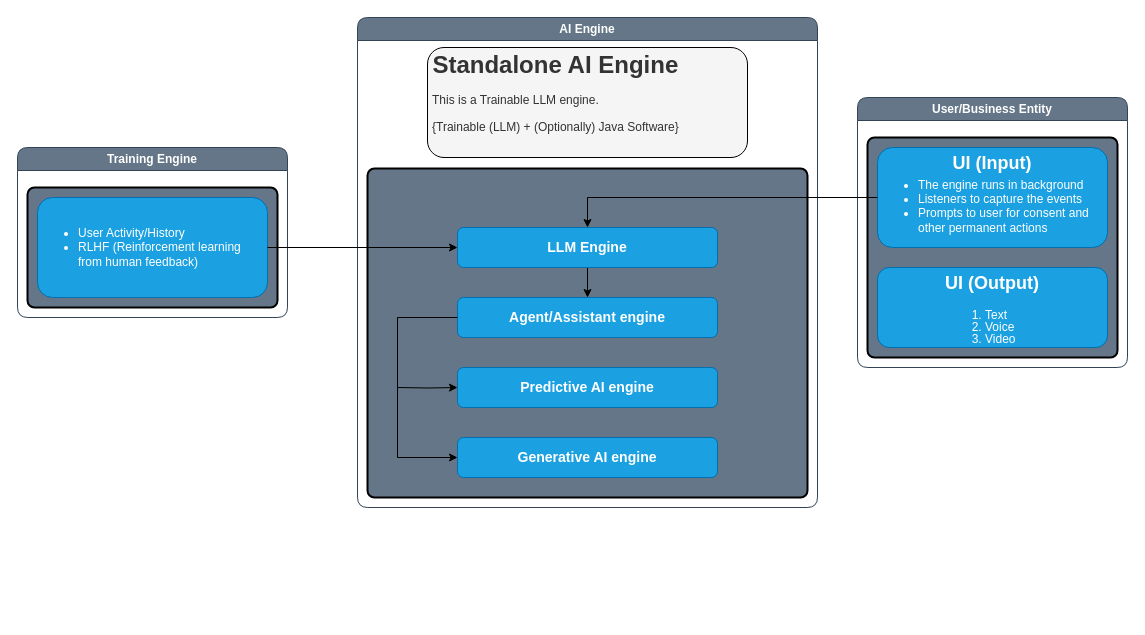
Pramosh-Sursa/AI-POC keeps this draw.io diagram as page "Page-2" (2 of 2) of System-Design.drawio. Above is the earlier version. Source tidied: cells renumbered, new cells numbered last; positions are measured from the earlier drawing's top-left corner, leaving out a move shared by most shapes. Both pictures are drawn from the tidied source at 100%, with x=0, y=0 at pixel (17, 17).
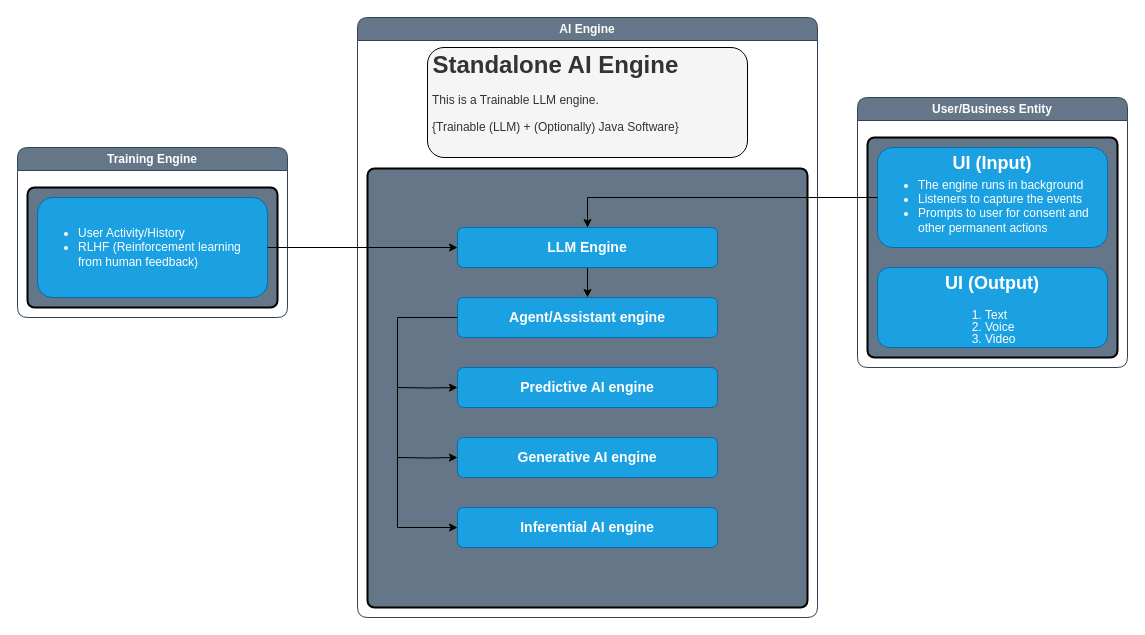
After the change.

Commit message:
Added Inferential AI engine

The change refers to these unchanged cells:
```xml
<mxCell id="12" value="&lt;h3&gt;Generative AI engine&lt;/h3&gt;" style="rounded=1;whiteSpace=wrap;html=1;fillColor=#1ba1e2;fontColor=#ffffff;strokeColor=#006EAF;" parent="6" vertex="1">
  <mxGeometry x="100" y="420" width="260" height="40" as="geometry" />
</mxCell>
<mxCell id="13" value="&lt;h3&gt;Agent/Assistant engine&lt;/h3&gt;" style="rounded=1;whiteSpace=wrap;html=1;fillColor=#1ba1e2;fontColor=#ffffff;strokeColor=#006EAF;" parent="6" vertex="1">
  <mxGeometry x="100" y="280" width="260" height="40" as="geometry" />
</mxCell>
```

Diff of the diagram source:
```diff
@@
     <mxCell id="6" value="&lt;div&gt;AI Engine&lt;/div&gt;" style="swimlane;whiteSpace=wrap;html=1;rounded=1;fillColor=#647687;fontColor=#ffffff;strokeColor=#314354;glass=0;fillStyle=auto;gradientColor=none;" parent="1" vertex="1">
-      <mxGeometry x="340" width="460" height="490" as="geometry" />
+      <mxGeometry x="340" width="460" height="600" as="geometry" />
     </mxCell>
     <mxCell id="7" style="rounded=1;whiteSpace=wrap;html=1;absoluteArcSize=1;arcSize=14;strokeWidth=2;fillColor=#647687;" parent="6" vertex="1">
-      <mxGeometry x="10" y="151" width="440" height="329" as="geometry" />
+      <mxGeometry x="10" y="151" width="440" height="439" as="geometry" />
     </mxCell>
@@
-    <mxCell id="14" style="endArrow=classic;html=1;rounded=0;edgeStyle=orthogonalEdgeStyle;entryX=0;entryY=0.5;entryDx=0;entryDy=0;shadow=0;exitX=0;exitY=0.5;exitDx=0;exitDy=0;" parent="6" edge="1" source="13" target="12">
+    <mxCell id="14" style="endArrow=classic;html=1;rounded=0;edgeStyle=orthogonalEdgeStyle;entryX=0;entryY=0.5;entryDx=0;entryDy=0;shadow=0;exitX=0;exitY=0.5;exitDx=0;exitDy=0;" parent="6" edge="1" source="13" target="21">
       <mxGeometry relative="1" as="geometry">
         <Array as="points">
           <mxPoint x="40" y="300" />
-          <mxPoint x="40" y="440" />
+          <mxPoint x="40" y="510" />
         </Array>
       </mxGeometry>
     </mxCell>
@@
+    <mxCell id="21" value="&lt;h3&gt;Inferential AI engine&lt;/h3&gt;" style="rounded=1;whiteSpace=wrap;html=1;fillColor=#1ba1e2;fontColor=#ffffff;strokeColor=#006EAF;" parent="6" vertex="1">
+      <mxGeometry x="100" y="490" width="260" height="40" as="geometry" />
+    </mxCell>
+    <mxCell id="22" style="endArrow=classic;html=1;rounded=0;edgeStyle=orthogonalEdgeStyle;entryX=0;entryY=0.5;entryDx=0;entryDy=0;" parent="6" edge="1" target="12">
+      <mxGeometry relative="1" as="geometry">
+        <mxPoint x="40" y="440" as="sourcePoint" />
+      </mxGeometry>
+    </mxCell>
```
